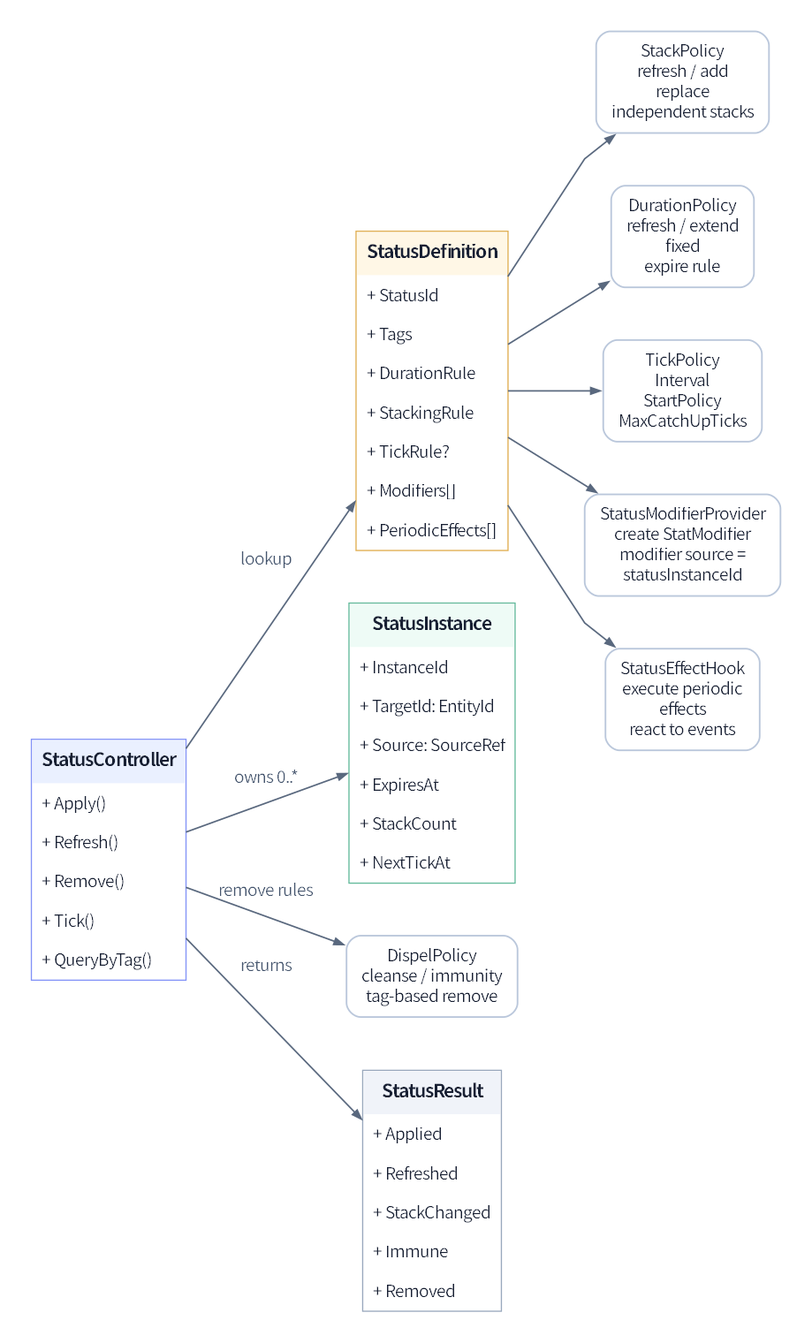
This is assets/diagrams/26_status_core_class_diagram.png from JY-LemongO/game-system-framework-knowledge-site, a Graphviz export, as it was before one commit. Its source is kept beside it as source/diagrams/26_status_core_class_diagram.dot.
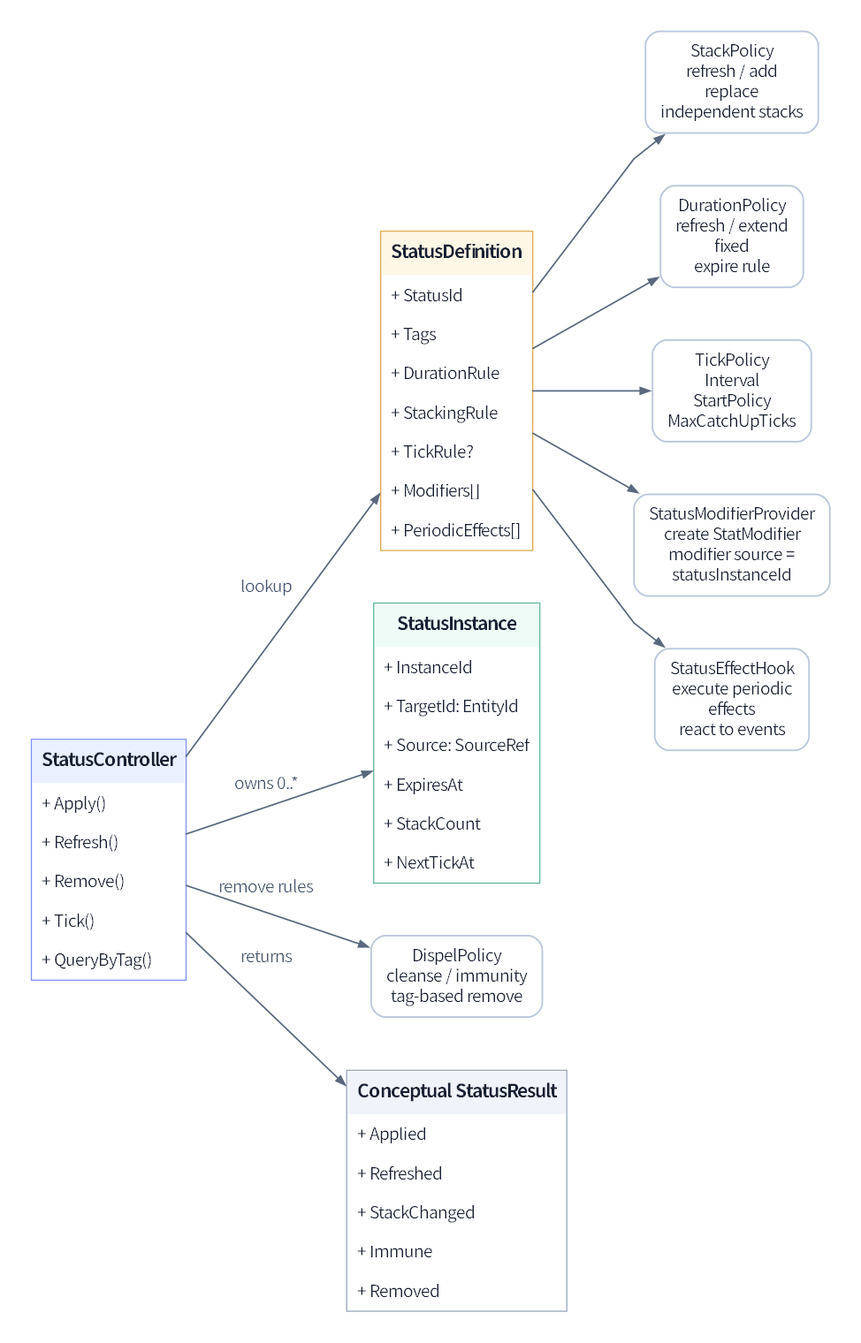
The same file after the commit.

The edit, as a diff of the source:
```diff
@@ -16,7 +16,7 @@
   StatusEffectHook [label="StatusEffectHook\nexecute periodic\neffects\nreact to events"];
   DispelPolicy [label="DispelPolicy\ncleanse / immunity\ntag-based remove"];
   StatusResult [shape=plain,label=<
-<TABLE BORDER="1" CELLBORDER="0" CELLPADDING="8" CELLSPACING="0" COLOR="#99a8bd"><TR><TD BGCOLOR="#f0f3f9"><B><FONT POINT-SIZE="16">StatusResult</FONT></B></TD></TR><TR><TD ALIGN="LEFT">+ Applied</TD></TR><TR><TD ALIGN="LEFT">+ Refreshed</TD></TR><TR><TD ALIGN="LEFT">+ StackChanged</TD></TR><TR><TD ALIGN="LEFT">+ Immune</TD></TR><TR><TD ALIGN="LEFT">+ Removed</TD></TR></TABLE>>];
+<TABLE BORDER="1" CELLBORDER="0" CELLPADDING="8" CELLSPACING="0" COLOR="#99a8bd"><TR><TD BGCOLOR="#f0f3f9"><B><FONT POINT-SIZE="16">Conceptual StatusResult</FONT></B></TD></TR><TR><TD ALIGN="LEFT">+ Applied</TD></TR><TR><TD ALIGN="LEFT">+ Refreshed</TD></TR><TR><TD ALIGN="LEFT">+ StackChanged</TD></TR><TR><TD ALIGN="LEFT">+ Immune</TD></TR><TR><TD ALIGN="LEFT">+ Removed</TD></TR></TABLE>>];
   StatusDefinition -> StackPolicy;
   StatusDefinition -> DurationPolicy;
   StatusDefinition -> TickPolicy;
```
